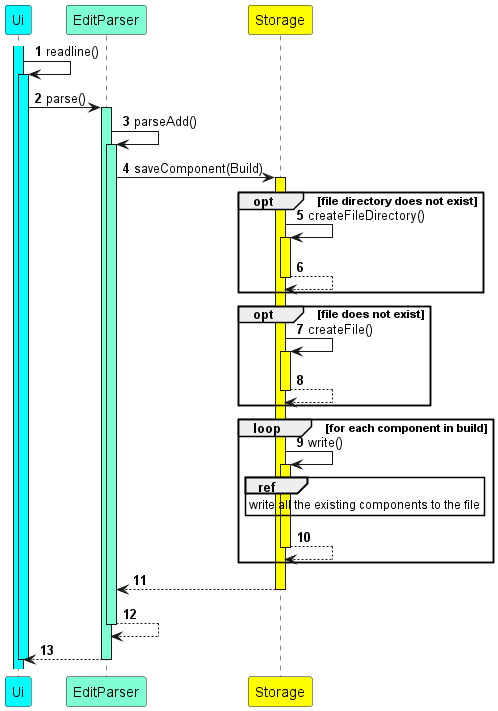
Before: docs/images/StorageSaveComponentSequence.png, a diagram exported from PlantUML (nus-cs2113-AY2223S1/tp). Its source is kept beside it as docs/puml/StorageSaveComponentSequence.puml.
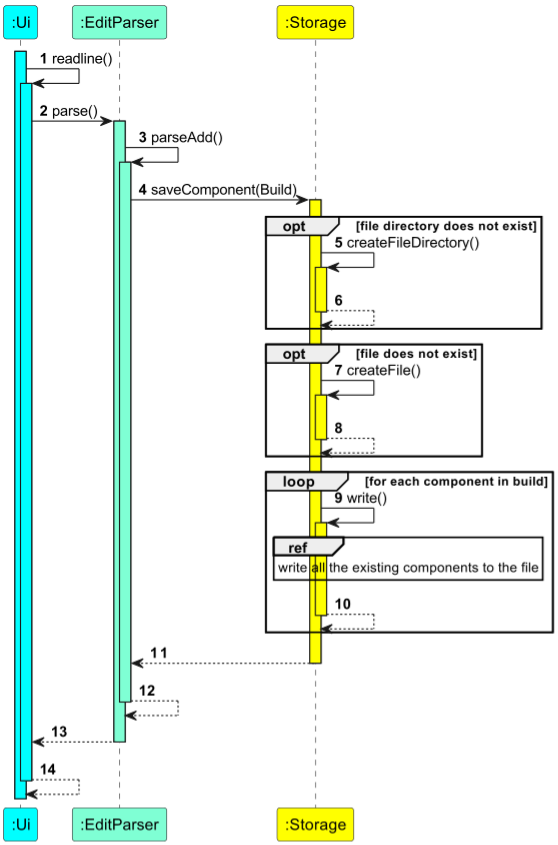
The same diagram one commit later.

The edit, as a diff of the source:
```diff
@@ -2,9 +2,9 @@
 
 autonumber
 
-Participant "Ui" as Ui #Aqua
-Participant "EditParser" as EditParser #AquaMarine
-Participant "Storage" as Storage #Yellow
+Participant ":Ui" as Ui #Aqua
+Participant ":EditParser" as EditParser #AquaMarine
+Participant ":Storage" as Storage #Yellow
 
 
 activate Ui #Aqua
@@ -38,6 +38,6 @@
 return
 return
 
-deactivate Ui
+return
 
 @enduml
```
